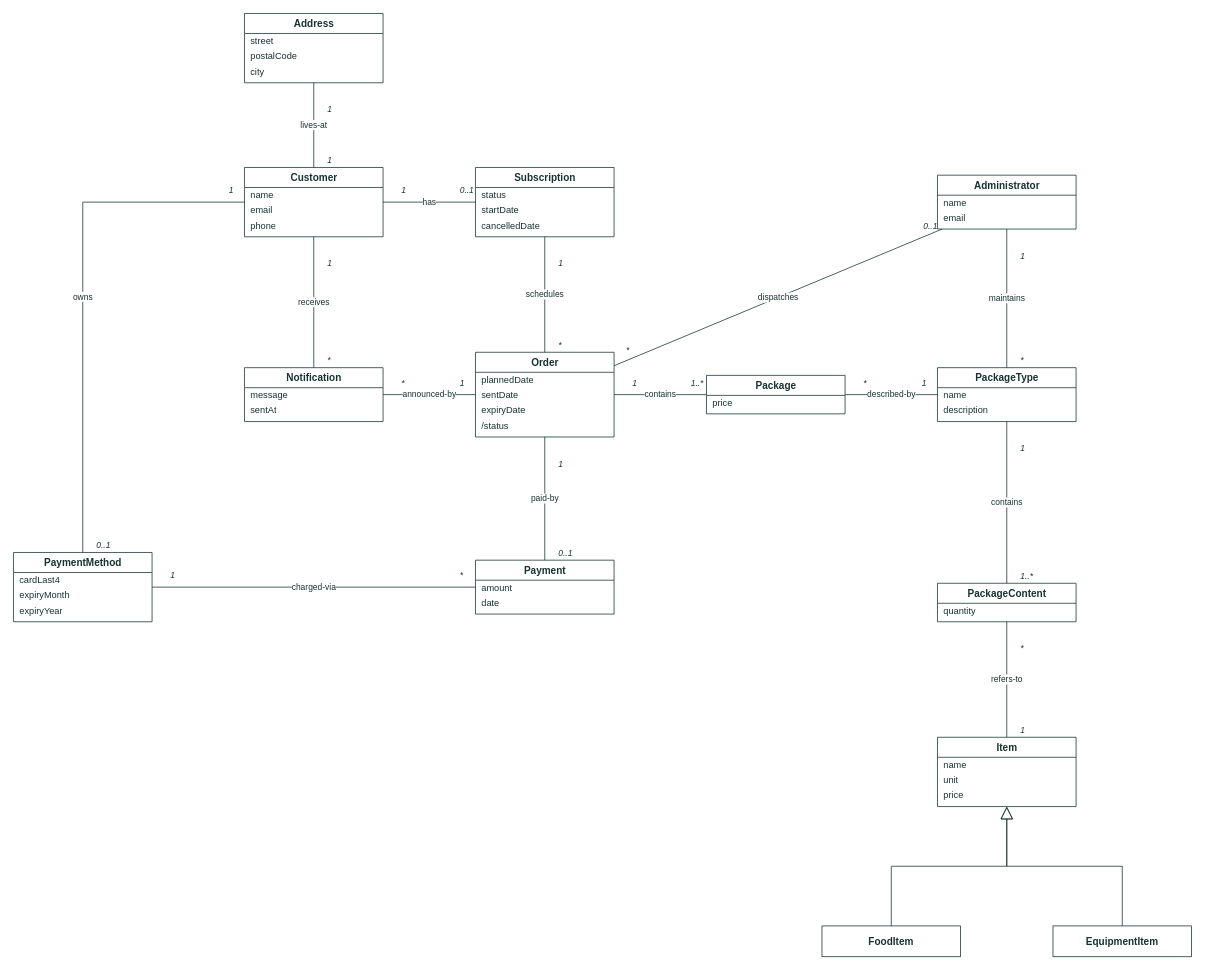
Before: page "Domain model" (1 of 3) of docs/assets/drawio/domain-model.drawio in Mosekjaer/prepmeup, a draw.io diagram. Source tidied: cells renumbered, new cells numbered last; positions are measured from the earlier drawing's top-left corner, leaving out a move shared by most shapes. Both pictures are drawn from the tidied source at 77%, with x=0, y=0 at pixel (13, 13).
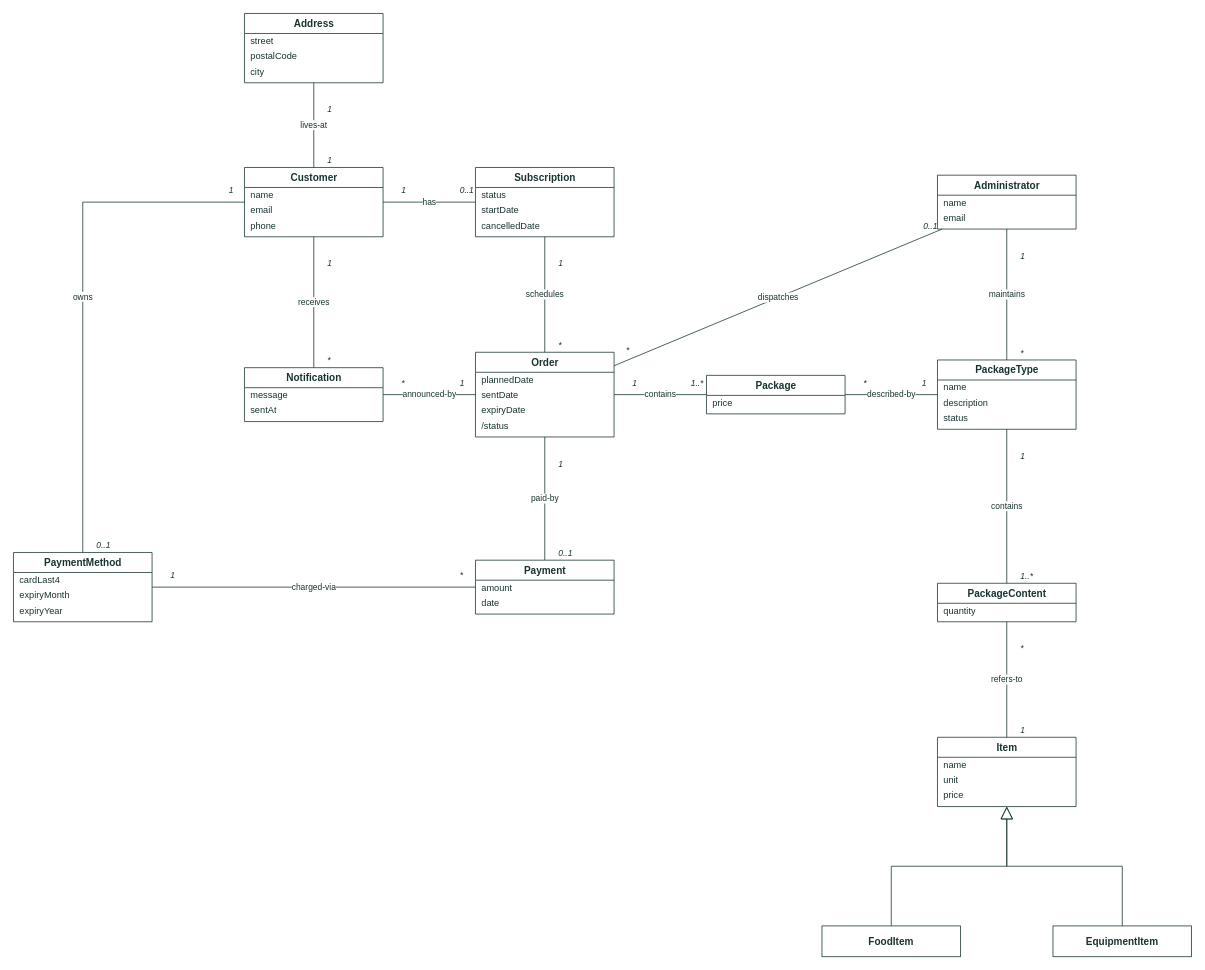
The same page after the edit.

Commit message (it also covers changes not shown here):
docs: define package types as immutable with a status

Change to the diagram source:
```diff
@@
     <mxCell id="27" value="PackageType" style="swimlane;fontStyle=1;horizontal=1;startSize=26;fillColor=#FFFFFF;swimlaneFillColor=#FFFFFF;strokeColor=#173330;fontColor=#173330;fontSize=13;html=1;" parent="1" vertex="1">
-      <mxGeometry x="1200" y="460" width="180" height="70" as="geometry" />
+      <mxGeometry x="1200" y="450" width="180" height="90" as="geometry" />
     </mxCell>
@@
+    <mxCell id="89" value="status" style="text;strokeColor=none;fillColor=none;align=left;verticalAlign=middle;spacingLeft=6;spacingRight=4;overflow=hidden;fontSize=12;html=1;fontColor=#173330;" parent="27" vertex="1">
+      <mxGeometry y="66" width="180" height="20" as="geometry" />
+    </mxCell>
```
